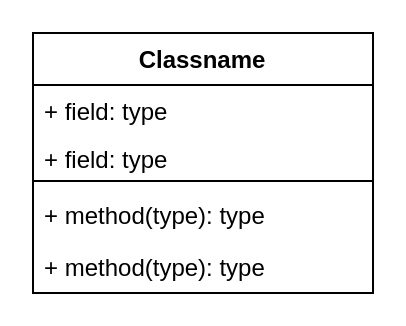
Above: 未命名绘图.drawio in lixin-sxty/for_uml (draw.io), before the change. Source tidied: cells renumbered, new cells numbered last; positions are measured from the earlier drawing's top-left corner, leaving out a move shared by most shapes. Both pictures are drawn from the tidied source at 200%, with x=0, y=0 at pixel (32, 32).
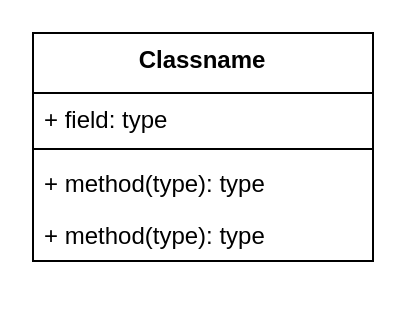
After the change.

Commit message:
更新未命名绘图.drawio

Change to the diagram source:
```diff
@@
 <mxGraphModel>
   <root>
     <mxCell id="0" />
     <mxCell id="1" parent="0" />
-    <mxCell id="2" value="Classname" style="swimlane;fontStyle=1;align=center;verticalAlign=top;horizontal=1;startSize=26;" parent="1" vertex="1">
-      <mxGeometry width="170" height="130" as="geometry" />
+    <mxCell id="2" value="Classname" style="swimlane;fontStyle=1;align=center;verticalAlign=top;horizontal=1;startSize=30;" parent="1" vertex="1">
+      <mxGeometry width="170" height="114" as="geometry" />
     </mxCell>
     <mxCell id="3" value="+ field: type" style="text;strokeColor=none;fillColor=none;align=left;verticalAlign=top;spacingLeft=4;spacingRight=4;overflow=hidden;" parent="2" vertex="1">
-      <mxGeometry y="26" width="170" height="24" as="geometry" />
+      <mxGeometry y="30" width="170" height="24" as="geometry" />
     </mxCell>
-    <mxCell id="4" value="+ field: type" style="text;strokeColor=none;fillColor=none;align=left;verticalAlign=top;spacingLeft=4;spacingRight=4;overflow=hidden;" parent="2" vertex="1">
-      <mxGeometry y="50" width="170" height="20" as="geometry" />
-    </mxCell>
     <mxCell id="5" style="line;strokeWidth=1;fillColor=none;align=left;verticalAlign=middle;spacingTop=-1;spacingLeft=3;spacingRight=3;labelPosition=right;" parent="2" vertex="1">
-      <mxGeometry y="70" width="170" height="8" as="geometry" />
+      <mxGeometry y="54" width="170" height="8" as="geometry" />
     </mxCell>
     <mxCell id="6" value="+ method(type): type" style="text;strokeColor=none;fillColor=none;align=left;verticalAlign=top;spacingLeft=4;spacingRight=4;overflow=hidden;" parent="2" vertex="1">
-      <mxGeometry y="78" width="170" height="26" as="geometry" />
+      <mxGeometry y="62" width="170" height="26" as="geometry" />
     </mxCell>
     <mxCell id="7" value="+ method(type): type" style="text;strokeColor=none;fillColor=none;align=left;verticalAlign=top;spacingLeft=4;spacingRight=4;overflow=hidden;" parent="2" vertex="1">
-      <mxGeometry y="104" width="170" height="26" as="geometry" />
+      <mxGeometry y="88" width="170" height="26" as="geometry" />
     </mxCell>
   </root>
 </mxGraphModel>
```
